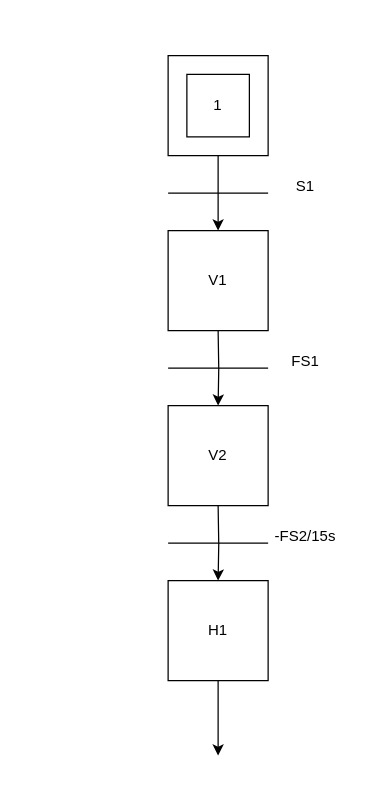
Above: Untitled Diagram.drawio in dbarif/Diagrams.netd_b (draw.io), before the change. Source tidied: cells renumbered, new cells numbered last; positions are measured from the earlier drawing's top-left corner, leaving out a move shared by most shapes. Both pictures are drawn from the tidied source at 125%, with x=0, y=0 at pixel (168, 55).
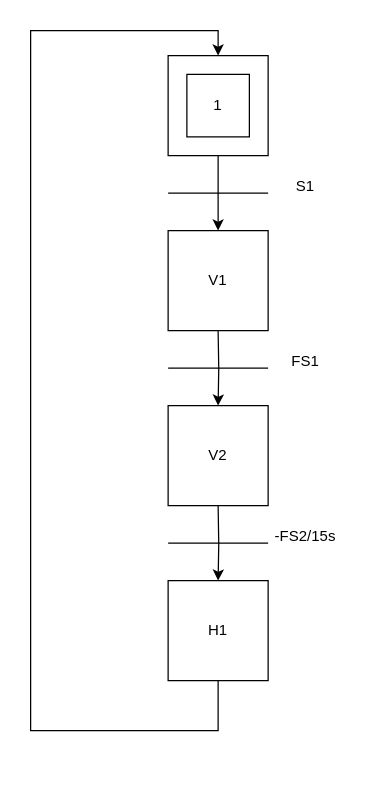
The same page after the edit.

The change refers to these unchanged cells:
```xml
<mxCell id="3" style="whiteSpace=wrap;html=1;" parent="2" vertex="1">
  <mxGeometry width="80" height="80" as="geometry" />
</mxCell>
```

Change to the diagram source:
```diff
@@
-    <mxCell id="11" style="edgeStyle=orthogonalEdgeStyle;rounded=0;orthogonalLoop=1;jettySize=auto;html=1;" parent="1" edge="1">
+    <mxCell id="11" style="edgeStyle=orthogonalEdgeStyle;rounded=0;jettySize=auto;html=1;entryX=0.5;entryY=0;entryDx=0;entryDy=0;" parent="1" edge="1" target="3">
       <mxGeometry relative="1" as="geometry">
         <mxPoint x="40" y="500" as="sourcePoint" />
-        <mxPoint x="40" y="560" as="targetPoint" />
+        <Array as="points">
+          <mxPoint x="40" y="540" />
+          <mxPoint x="-110" y="540" />
+          <mxPoint x="-110" y="-20" />
+          <mxPoint x="40" y="-20" />
+        </Array>
       </mxGeometry>
     </mxCell>
```
